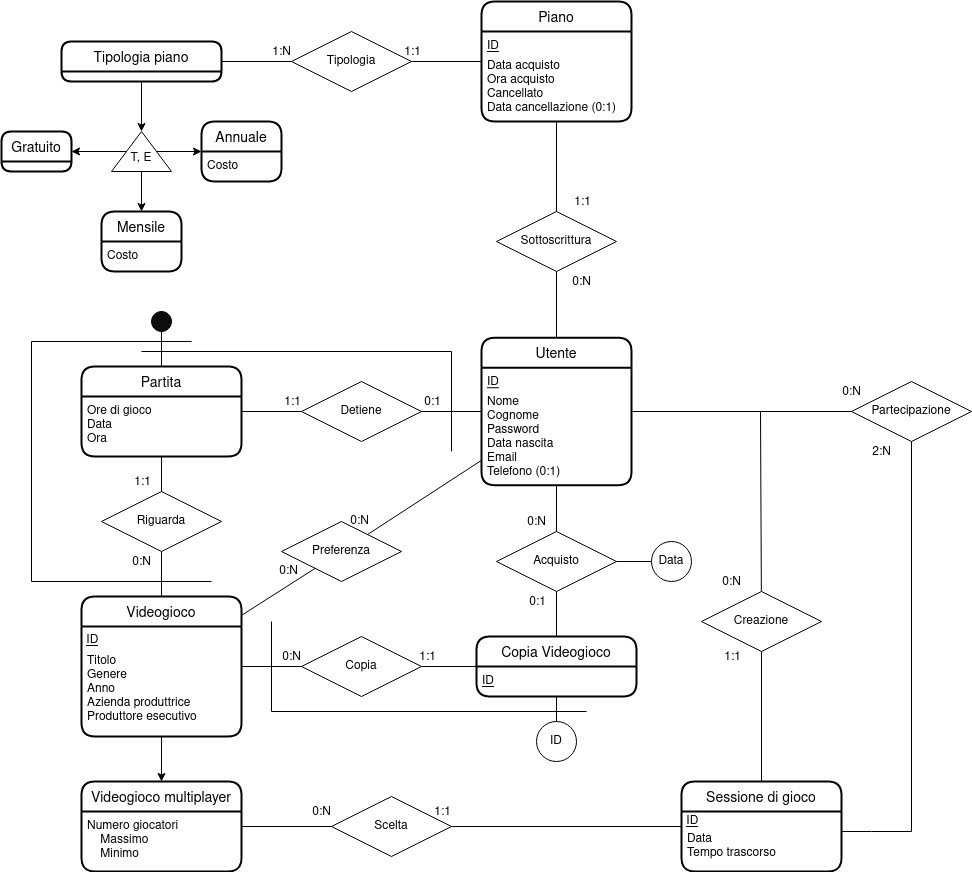
The draw.io diagram relazione/er_full.png in chrg127/db-online-console, before a commit. Source tidied: cells renumbered, new cells last; positions are measured from the earlier drawing's top-left corner, leaving out a move shared by most shapes.
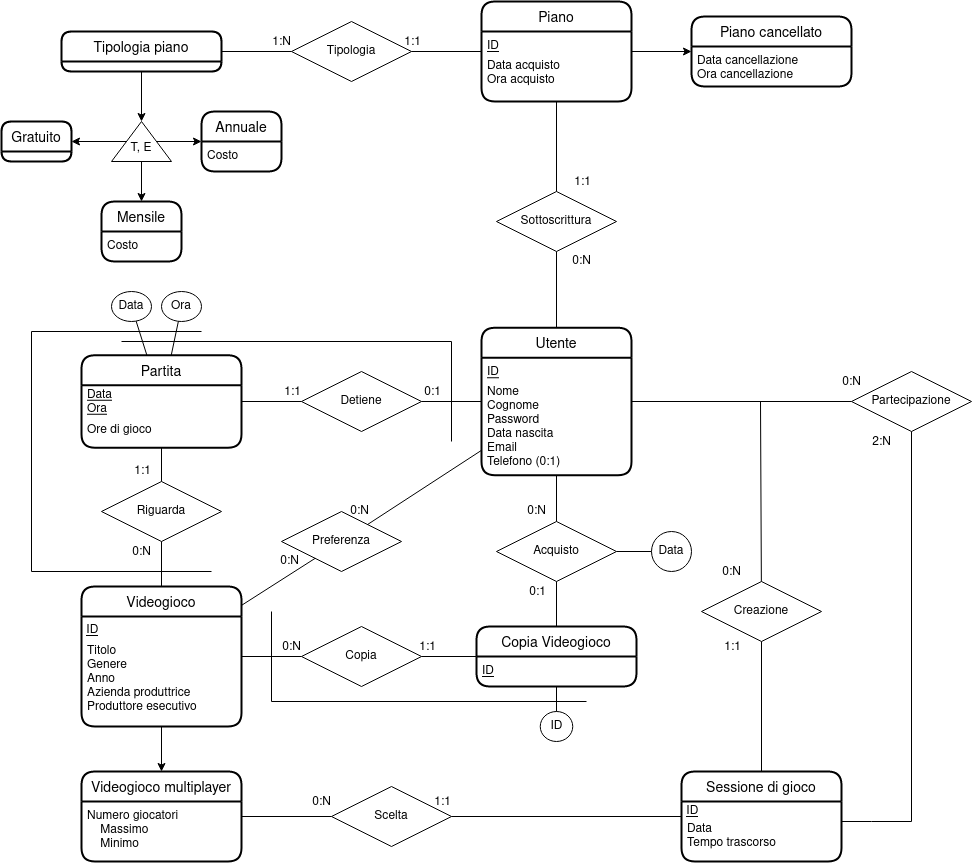
The same file after the commit.

Change to the diagram source:
```diff
@@ -36,11 +36,14 @@
     <mxCell id="11" value="Data&#10;Tempo trascorso&#10;" style="align=left;strokeColor=none;fillColor=none;spacingLeft=4;fontSize=12;verticalAlign=middle;fontStyle=0;" parent="9" vertex="1">
       <mxGeometry y="50" width="160" height="40" as="geometry" />
     </mxCell>
-    <mxCell id="12" value="Partita" style="swimlane;horizontal=1;startSize=30;rounded=1;fontSize=14;fontStyle=0;strokeWidth=2;shadow=0;dashed=0;align=center;" parent="1" vertex="1">
-      <mxGeometry x="80" y="365" width="160" height="90" as="geometry" />
+    <mxCell id="12" value="Partita" style="swimlane;horizontal=1;startSize=30;rounded=1;fontSize=14;fontStyle=0;strokeWidth=2;shadow=0;dashed=0;align=center;verticalAlign=middle;" parent="1" vertex="1">
+      <mxGeometry x="80" y="363.8" width="160" height="92.5" as="geometry" />
     </mxCell>
+    <mxCell id="96" value="Data&#10;Ora" style="text;strokeColor=none;fillColor=none;align=left;verticalAlign=middle;rounded=0;fontStyle=4;spacingLeft=4;" parent="12" vertex="1">
+      <mxGeometry y="30" width="160" height="30" as="geometry" />
+    </mxCell>
-    <mxCell id="13" value="Ore di gioco&#10;Data&#10;Ora&#10;&#10;" style="align=left;strokeColor=none;fillColor=none;spacingLeft=4;fontSize=12;verticalAlign=top;" parent="12" vertex="1">
-      <mxGeometry y="30" width="160" height="60" as="geometry" />
+    <mxCell id="13" value="Ore di gioco" style="align=left;strokeColor=none;fillColor=none;spacingLeft=4;fontSize=12;verticalAlign=top;fontStyle=0;" parent="12" vertex="1">
+      <mxGeometry y="60" width="160" height="32.5" as="geometry" />
     </mxCell>
     <mxCell id="14" value="Videogioco" style="swimlane;horizontal=1;startSize=30;rounded=1;fontSize=14;fontStyle=0;strokeWidth=2;shadow=0;dashed=0;align=center;" parent="1" vertex="1">
       <mxGeometry x="80" y="595" width="160" height="140" as="geometry" />
@@ -61,7 +64,7 @@
       <mxGeometry relative="1" as="geometry" />
     </mxCell>
     <mxCell id="20" value="Sottoscrittura" style="shape=rhombus;perimeter=rhombusPerimeter;whiteSpace=wrap;html=1;align=center;" parent="1" vertex="1">
-      <mxGeometry x="495" y="210" width="120" height="60" as="geometry" />
+      <mxGeometry x="495" y="200" width="120" height="60" as="geometry" />
     </mxCell>
     <mxCell id="21" style="endArrow=none;html=1;rounded=0;" parent="1" edge="1" source="6" target="20">
       <mxGeometry relative="1" as="geometry" />
@@ -173,7 +176,7 @@
     </mxCell>
     <mxCell id="50" style="endArrow=none;html=1;rounded=0;" parent="1" edge="1">
       <mxGeometry relative="1" as="geometry">
-        <mxPoint x="140" y="350" as="sourcePoint" />
+        <mxPoint x="120" y="350" as="sourcePoint" />
         <mxPoint x="450" y="350" as="targetPoint" />
       </mxGeometry>
     </mxCell>
@@ -189,9 +192,6 @@
         <mxPoint x="30" y="340" as="targetPoint" />
       </mxGeometry>
     </mxCell>
-    <mxCell id="53" style="endArrow=none;html=1;rounded=0;exitX=0.5;exitY=1;exitDx=0;exitDy=0;" parent="1" edge="1" source="57" target="12">
-      <mxGeometry relative="1" as="geometry" />
-    </mxCell>
     <mxCell id="54" style="endArrow=none;html=1;rounded=0;" parent="1" edge="1">
       <mxGeometry relative="1" as="geometry">
         <mxPoint x="270" y="620" as="sourcePoint" />
@@ -205,10 +205,10 @@
       </mxGeometry>
     </mxCell>
     <mxCell id="56" value="ID" style="ellipse;whiteSpace=wrap;html=1;align=center;labelBackgroundColor=#ffffff;fillColor=none;" parent="1" vertex="1">
-      <mxGeometry x="535" y="720" width="40" height="40" as="geometry" />
+      <mxGeometry x="538.8" y="720" width="32.5" height="30" as="geometry" />
     </mxCell>
-    <mxCell id="57" value="&lt;div&gt;&lt;br&gt;&lt;/div&gt;&lt;div&gt;&lt;br&gt;&lt;/div&gt;" style="ellipse;whiteSpace=wrap;html=1;align=center;labelBackgroundColor=#ffffff;fillColor=#0D0D0D;" parent="1" vertex="1">
-      <mxGeometry x="150" y="310" width="20" height="20" as="geometry" />
+    <mxCell id="57" value="Data" style="ellipse;whiteSpace=wrap;html=1;align=center;labelBackgroundColor=none;fillColor=none;" parent="1" vertex="1">
+      <mxGeometry x="110" y="300" width="40" height="30" as="geometry" />
     </mxCell>
     <mxCell id="58" value="Annuale" style="swimlane;horizontal=1;startSize=30;rounded=1;fontSize=14;fontStyle=0;strokeWidth=2;shadow=0;dashed=0;align=center;" parent="1" vertex="1">
       <mxGeometry x="200" y="120" width="80" height="60" as="geometry" />
@@ -287,7 +287,7 @@
     <mxCell id="77" style="endArrow=none;html=1;rounded=0;" parent="1" edge="1">
       <mxGeometry relative="1" as="geometry">
         <mxPoint x="30" y="340" as="sourcePoint" />
-        <mxPoint x="190" y="340" as="targetPoint" />
+        <mxPoint x="200" y="340" as="targetPoint" />
       </mxGeometry>
     </mxCell>
     <mxCell id="78" value="Preferenza" style="shape=rhombus;perimeter=rhombusPerimeter;whiteSpace=wrap;html=1;align=center;" parent="1" vertex="1">
@@ -343,14 +343,32 @@
     <mxCell id="92" value="Costo" style="align=left;strokeColor=none;fillColor=none;spacingLeft=4;fontSize=12;verticalAlign=top;" parent="91" vertex="1">
       <mxGeometry y="30" width="80" height="30" as="geometry" />
     </mxCell>
+    <mxCell id="97" style="edgeStyle=orthogonalEdgeStyle;curved=0;rounded=1;sketch=0;jettySize=auto;html=1;" parent="1" edge="1" source="93" target="98">
+      <mxGeometry relative="1" as="geometry" />
+    </mxCell>
     <mxCell id="93" value="Piano" style="swimlane;horizontal=1;startSize=30;rounded=1;fontSize=14;fontStyle=0;strokeWidth=2;shadow=0;dashed=0;align=center;" parent="1" vertex="1">
-      <mxGeometry x="480" width="150" height="120" as="geometry" />
+      <mxGeometry x="480" y="10" width="150" height="100" as="geometry" />
     </mxCell>
     <mxCell id="94" value="ID" style="text;strokeColor=none;fillColor=none;spacingLeft=4;spacingRight=4;overflow=hidden;fontSize=12;labelBackgroundColor=#ffffff;align=left;html=0;fontStyle=4;" parent="93" vertex="1">
       <mxGeometry y="30" width="150" height="20" as="geometry" />
     </mxCell>
-    <mxCell id="95" value="Data acquisto&#10;Ora acquisto&#10;Cancellato&#10;Data cancellazione (0:1)&#10;" style="align=left;strokeColor=none;fillColor=none;spacingLeft=4;fontSize=12;verticalAlign=top;" parent="93" vertex="1">
-      <mxGeometry y="50" width="150" height="70" as="geometry" />
+    <mxCell id="95" value="Data acquisto&#10;Ora acquisto&#10;" style="align=left;strokeColor=none;fillColor=none;spacingLeft=4;fontSize=12;verticalAlign=top;" parent="93" vertex="1">
+      <mxGeometry y="50" width="150" height="50" as="geometry" />
     </mxCell>
+    <mxCell id="98" value="Piano cancellato" style="swimlane;horizontal=1;startSize=30;rounded=1;fontSize=14;fontStyle=0;strokeWidth=2;shadow=0;dashed=0;align=center;sketch=0;" parent="1" vertex="1">
+      <mxGeometry x="690" y="25" width="160" height="70" as="geometry" />
+    </mxCell>
+    <mxCell id="99" value="Data cancellazione&#10;Ora cancellazione&#10;" style="align=left;strokeColor=none;fillColor=none;spacingLeft=4;fontSize=12;verticalAlign=top;" parent="98" vertex="1">
+      <mxGeometry y="30" width="160" height="40" as="geometry" />
+    </mxCell>
+    <mxCell id="100" value="Ora" style="ellipse;whiteSpace=wrap;html=1;align=center;labelBackgroundColor=none;fillColor=none;" parent="1" vertex="1">
+      <mxGeometry x="160" y="300" width="40" height="30" as="geometry" />
+    </mxCell>
+    <mxCell id="101" style="endArrow=none;html=1;fontColor=#000000;" parent="1" edge="1" source="12" target="57">
+      <mxGeometry relative="1" as="geometry" />
+    </mxCell>
+    <mxCell id="102" style="endArrow=none;html=1;fontColor=#000000;" parent="1" edge="1" source="12" target="100">
+      <mxGeometry relative="1" as="geometry" />
+    </mxCell>
   </root>
 </mxGraphModel>
```
